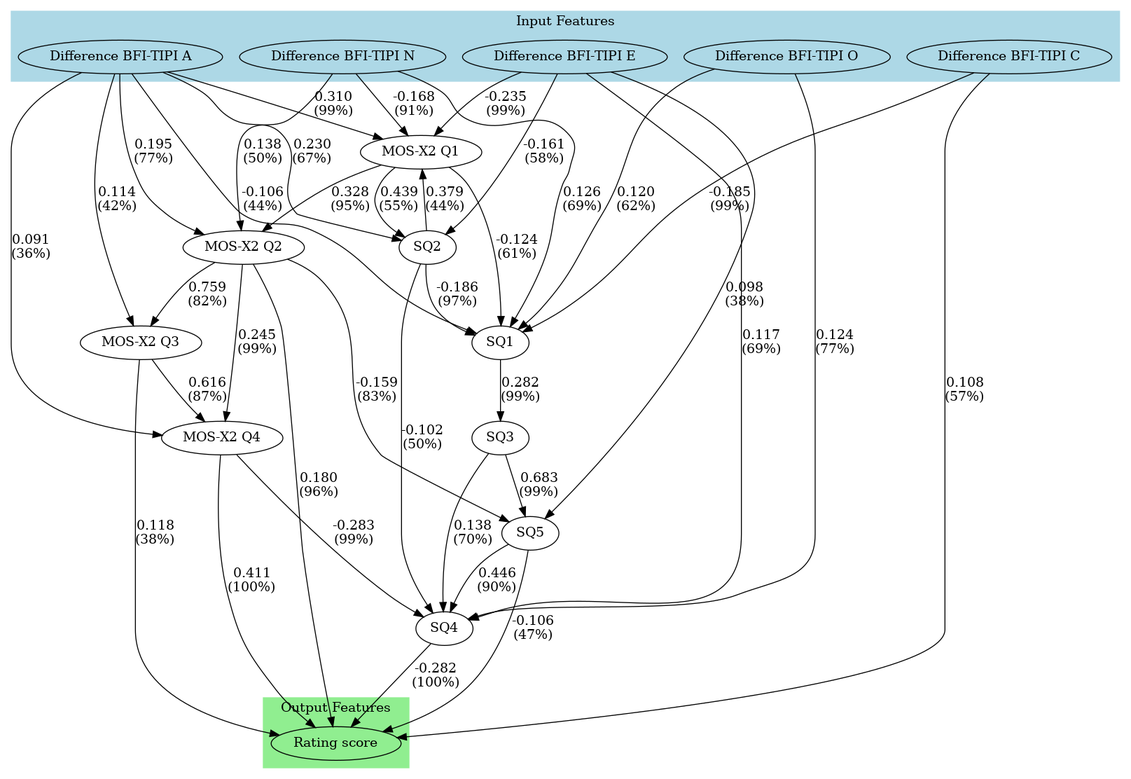
The Graphviz diagram Experiment3/Workspace/Models/causal_outputs/figures/causal_graphs/lingam_causal_model_robust.png in hiimmuc/Hetero-GNN-CausalDiscovery, before a commit. Its source is kept beside it as Experiment3/Workspace/Models/causal_outputs/figures/causal_graphs/lingam_causal_model_robust.dot.
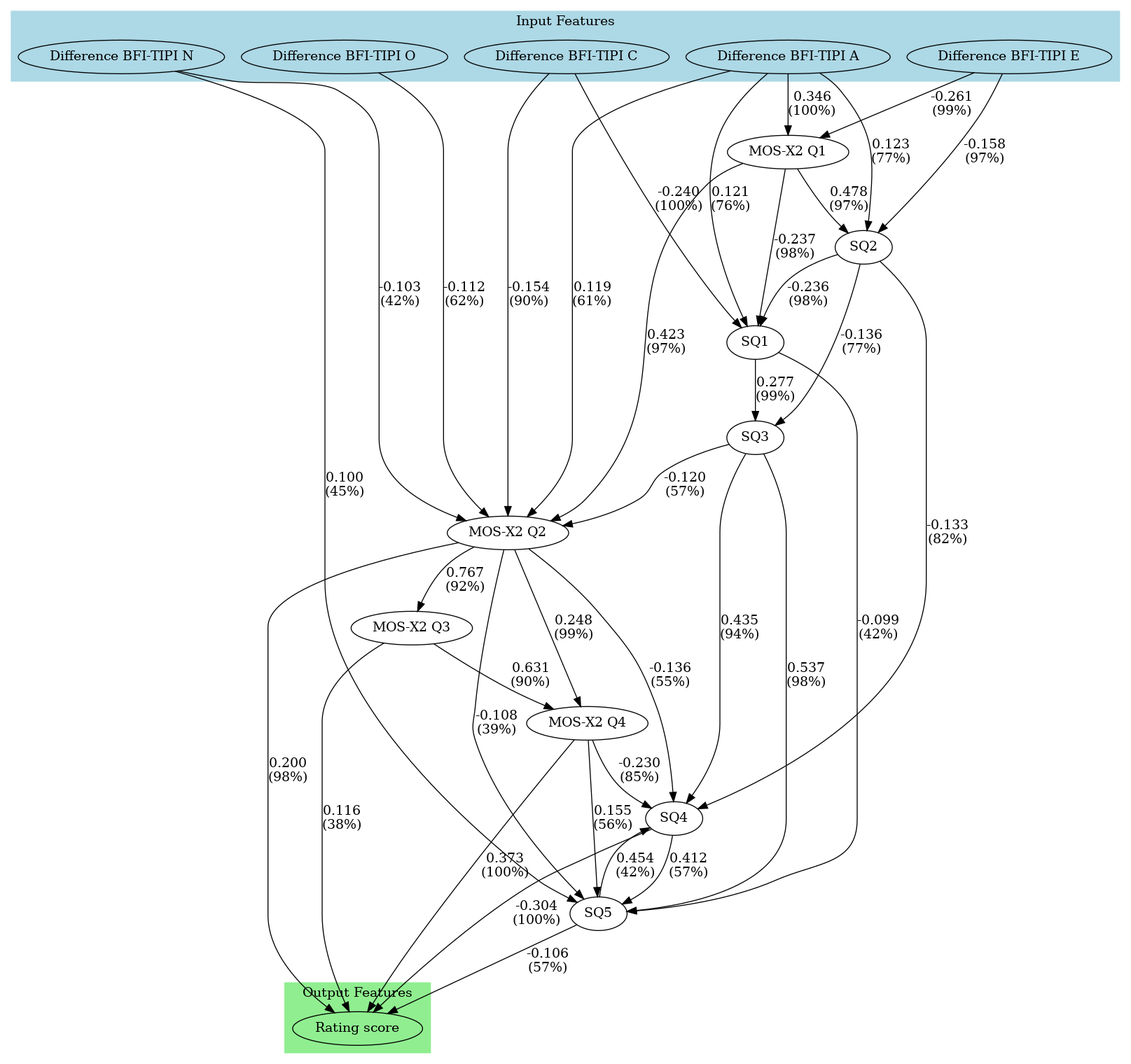
After the commit.

The edit, as a diff of the source:
```diff
@@ -16,43 +16,42 @@
 	SQ4 [label=SQ4]
 	SQ5 [label=SQ5]
 	"Rating score" [label="Rating score"]
-	"Difference BFI-TIPI E" -> "MOS-X2 Q1" [label="-0.235\n(99%)" fontsize=14]
-	"Difference BFI-TIPI A" -> "MOS-X2 Q1" [label="0.310\n(99%)" fontsize=14]
-	"Difference BFI-TIPI N" -> "MOS-X2 Q1" [label="-0.168\n(91%)" fontsize=14]
-	SQ2 -> "MOS-X2 Q1" [label="0.379\n(44%)" fontsize=14]
-	"Difference BFI-TIPI A" -> "MOS-X2 Q2" [label="0.195\n(77%)" fontsize=14]
-	"Difference BFI-TIPI N" -> "MOS-X2 Q2" [label="0.138\n(50%)" fontsize=14]
-	"MOS-X2 Q1" -> "MOS-X2 Q2" [label="0.328\n(95%)" fontsize=14]
-	"Difference BFI-TIPI A" -> "MOS-X2 Q3" [label="0.114\n(42%)" fontsize=14]
-	"MOS-X2 Q2" -> "MOS-X2 Q3" [label="0.759\n(82%)" fontsize=14]
-	"Difference BFI-TIPI A" -> "MOS-X2 Q4" [label="0.091\n(36%)" fontsize=14]
-	"MOS-X2 Q2" -> "MOS-X2 Q4" [label="0.245\n(99%)" fontsize=14]
-	"MOS-X2 Q3" -> "MOS-X2 Q4" [label="0.616\n(87%)" fontsize=14]
-	"Difference BFI-TIPI O" -> SQ1 [label="0.120\n(62%)" fontsize=14]
-	"Difference BFI-TIPI C" -> SQ1 [label="-0.185\n(99%)" fontsize=14]
-	"Difference BFI-TIPI A" -> SQ1 [label="-0.106\n(44%)" fontsize=14]
-	"Difference BFI-TIPI N" -> SQ1 [label="0.126\n(69%)" fontsize=14]
-	"MOS-X2 Q1" -> SQ1 [label="-0.124\n(61%)" fontsize=14]
-	SQ2 -> SQ1 [label="-0.186\n(97%)" fontsize=14]
-	"Difference BFI-TIPI E" -> SQ2 [label="-0.161\n(58%)" fontsize=14]
-	"Difference BFI-TIPI A" -> SQ2 [label="0.230\n(67%)" fontsize=14]
-	"MOS-X2 Q1" -> SQ2 [label="0.439\n(55%)" fontsize=14]
-	SQ1 -> SQ3 [label="0.282\n(99%)" fontsize=14]
-	"Difference BFI-TIPI O" -> SQ4 [label="0.124\n(77%)" fontsize=14]
-	"Difference BFI-TIPI E" -> SQ4 [label="0.117\n(69%)" fontsize=14]
-	"MOS-X2 Q4" -> SQ4 [label="-0.283\n(99%)" fontsize=14]
-	SQ2 -> SQ4 [label="-0.102\n(50%)" fontsize=14]
-	SQ3 -> SQ4 [label="0.138\n(70%)" fontsize=14]
-	SQ5 -> SQ4 [label="0.446\n(90%)" fontsize=14]
-	"Difference BFI-TIPI E" -> SQ5 [label="0.098\n(38%)" fontsize=14]
-	"MOS-X2 Q2" -> SQ5 [label="-0.159\n(83%)" fontsize=14]
-	SQ3 -> SQ5 [label="0.683\n(99%)" fontsize=14]
-	"Difference BFI-TIPI C" -> "Rating score" [label="0.108\n(57%)" fontsize=14]
-	"MOS-X2 Q2" -> "Rating score" [label="0.180\n(96%)" fontsize=14]
-	"MOS-X2 Q3" -> "Rating score" [label="0.118\n(38%)" fontsize=14]
-	"MOS-X2 Q4" -> "Rating score" [label="0.411\n(100%)" fontsize=14]
-	SQ4 -> "Rating score" [label="-0.282\n(100%)" fontsize=14]
-	SQ5 -> "Rating score" [label="-0.106\n(47%)" fontsize=14]
+	"Difference BFI-TIPI E" -> "MOS-X2 Q1" [label="-0.261\n(99%)" fontsize=14]
+	"Difference BFI-TIPI A" -> "MOS-X2 Q1" [label="0.346\n(100%)" fontsize=14]
+	"Difference BFI-TIPI O" -> "MOS-X2 Q2" [label="-0.112\n(62%)" fontsize=14]
+	"Difference BFI-TIPI C" -> "MOS-X2 Q2" [label="-0.154\n(90%)" fontsize=14]
+	"Difference BFI-TIPI A" -> "MOS-X2 Q2" [label="0.119\n(61%)" fontsize=14]
+	"Difference BFI-TIPI N" -> "MOS-X2 Q2" [label="-0.103\n(42%)" fontsize=14]
+	"MOS-X2 Q1" -> "MOS-X2 Q2" [label="0.423\n(97%)" fontsize=14]
+	SQ3 -> "MOS-X2 Q2" [label="-0.120\n(57%)" fontsize=14]
+	"MOS-X2 Q2" -> "MOS-X2 Q3" [label="0.767\n(92%)" fontsize=14]
+	"MOS-X2 Q2" -> "MOS-X2 Q4" [label="0.248\n(99%)" fontsize=14]
+	"MOS-X2 Q3" -> "MOS-X2 Q4" [label="0.631\n(90%)" fontsize=14]
+	"Difference BFI-TIPI C" -> SQ1 [label="-0.240\n(100%)" fontsize=14]
+	"Difference BFI-TIPI A" -> SQ1 [label="0.121\n(76%)" fontsize=14]
+	"MOS-X2 Q1" -> SQ1 [label="-0.237\n(98%)" fontsize=14]
+	SQ2 -> SQ1 [label="-0.236\n(98%)" fontsize=14]
+	"Difference BFI-TIPI E" -> SQ2 [label="-0.158\n(97%)" fontsize=14]
+	"Difference BFI-TIPI A" -> SQ2 [label="0.123\n(77%)" fontsize=14]
+	"MOS-X2 Q1" -> SQ2 [label="0.478\n(97%)" fontsize=14]
+	SQ1 -> SQ3 [label="0.277\n(99%)" fontsize=14]
+	SQ2 -> SQ3 [label="-0.136\n(77%)" fontsize=14]
+	"MOS-X2 Q2" -> SQ4 [label="-0.136\n(55%)" fontsize=14]
+	"MOS-X2 Q4" -> SQ4 [label="-0.230\n(85%)" fontsize=14]
+	SQ2 -> SQ4 [label="-0.133\n(82%)" fontsize=14]
+	SQ3 -> SQ4 [label="0.435\n(94%)" fontsize=14]
+	SQ5 -> SQ4 [label="0.454\n(42%)" fontsize=14]
+	"Difference BFI-TIPI N" -> SQ5 [label="0.100\n(45%)" fontsize=14]
+	"MOS-X2 Q2" -> SQ5 [label="-0.108\n(39%)" fontsize=14]
+	"MOS-X2 Q4" -> SQ5 [label="0.155\n(56%)" fontsize=14]
+	SQ1 -> SQ5 [label="-0.099\n(42%)" fontsize=14]
+	SQ3 -> SQ5 [label="0.537\n(98%)" fontsize=14]
+	SQ4 -> SQ5 [label="0.412\n(57%)" fontsize=14]
+	"MOS-X2 Q2" -> "Rating score" [label="0.200\n(98%)" fontsize=14]
+	"MOS-X2 Q3" -> "Rating score" [label="0.116\n(38%)" fontsize=14]
+	"MOS-X2 Q4" -> "Rating score" [label="0.373\n(100%)" fontsize=14]
+	SQ4 -> "Rating score" [label="-0.304\n(100%)" fontsize=14]
+	SQ5 -> "Rating score" [label="-0.106\n(57%)" fontsize=14]
 	subgraph cluster_input {
 		rank=same
 		color=lightblue label="Input Features" style=filled
```
